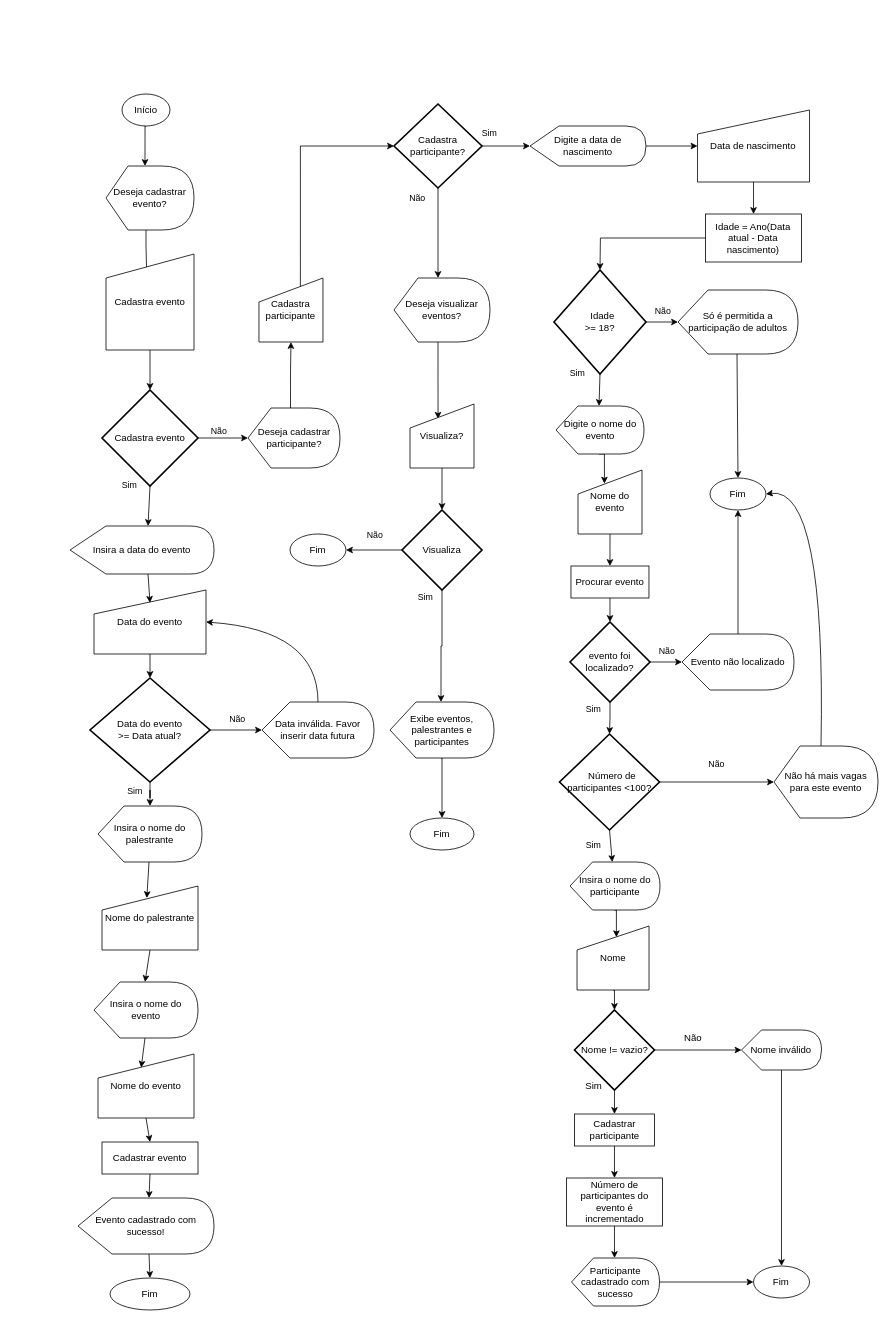
Above: UC8-AtividadeRemota.drawio in AildoJr/AulaRemotaLogProgSenai (draw.io), before the change. Source tidied: cells renumbered, new cells numbered last; positions are measured from the earlier drawing's top-left corner, leaving out a move shared by most shapes. Both pictures are drawn from the tidied source at 80%, with x=0, y=0 at pixel (14, 14).
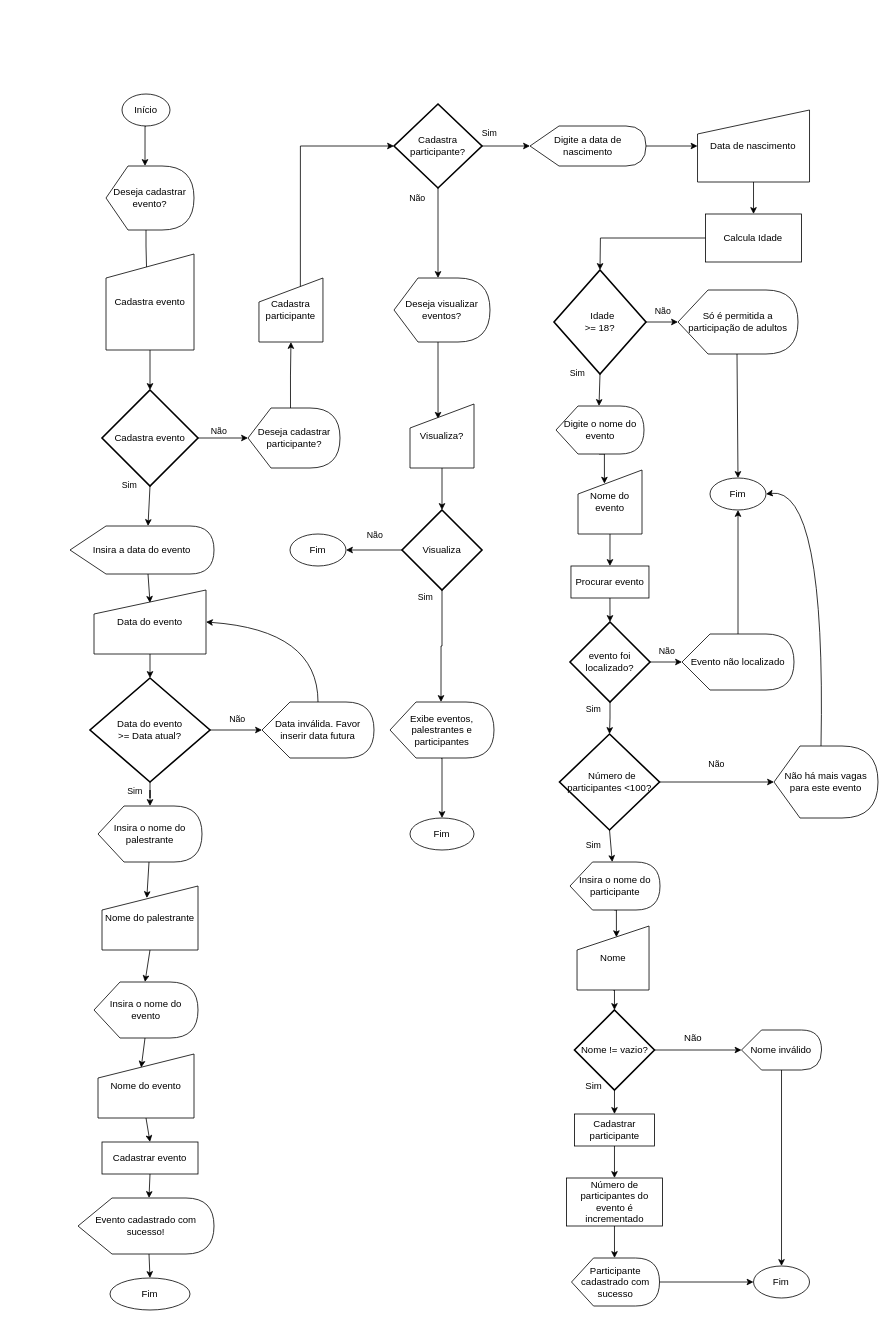
The same diagram, later.

Diff of the diagram source:
```diff
@@
-    <mxCell id="109" value="Idade = Ano(Data atual - Data nascimento)" style="rounded=0;whiteSpace=wrap;html=1;" parent="1" vertex="1">
+    <mxCell id="109" value="Calcula Idade" style="rounded=0;whiteSpace=wrap;html=1;" parent="1" vertex="1">
       <mxGeometry x="864.4" y="250" width="120" height="60" as="geometry" />
     </mxCell>
```
